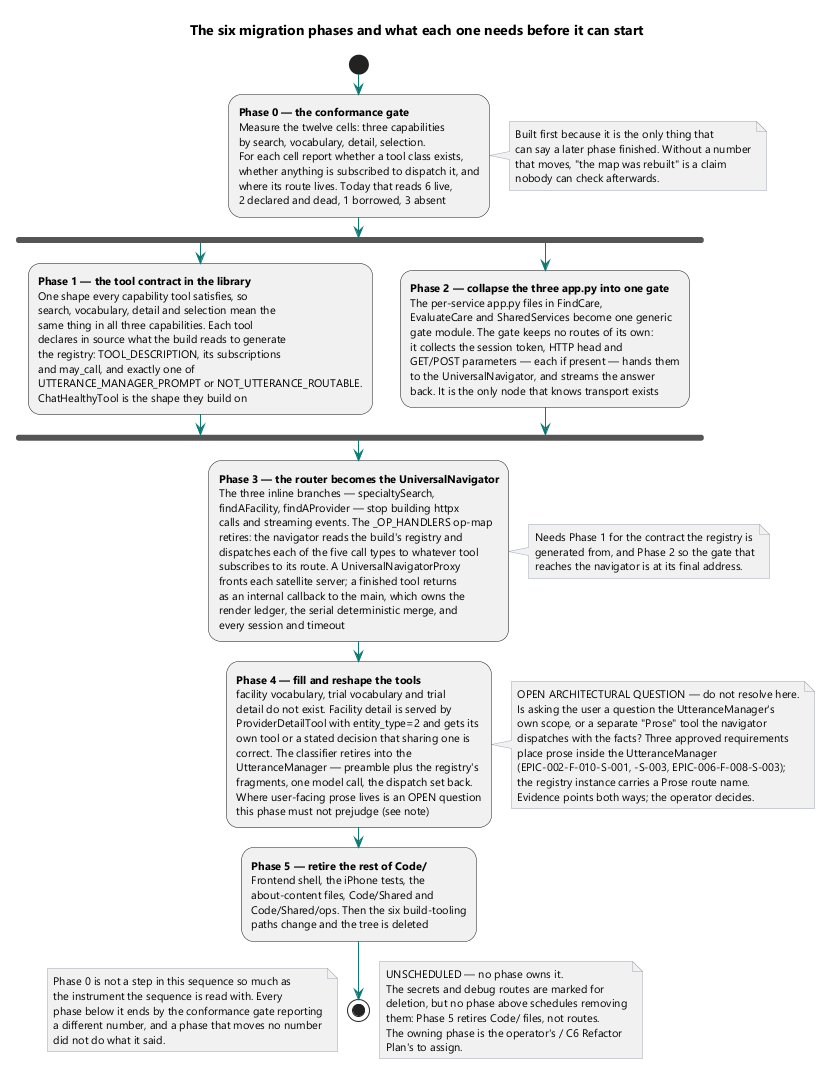
Above: brain/machine_artifacts/diagramsAndImages/rendered/mig_phases.png in SkipSnow/ChatHealthyRepo (PlantUML), before the change.
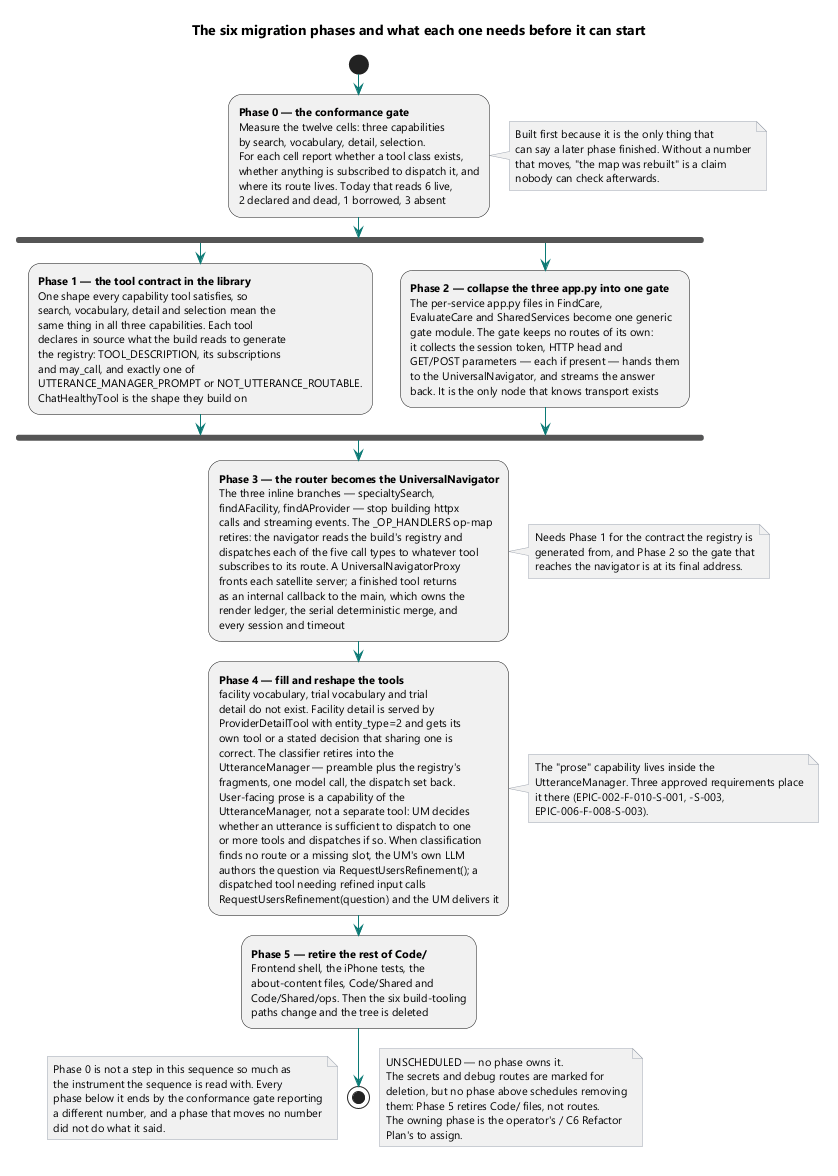
Later version of the same file.

The edit, as a diff of the source:
```diff
@@ -72,17 +72,19 @@
 correct. The classifier retires into the
 UtteranceManager — preamble plus the registry's
 fragments, one model call, the dispatch set back.
-Where user-facing prose lives is an OPEN question
-this phase must not prejudge (see note);
+User-facing prose is a capability of the
+UtteranceManager, not a separate tool: UM decides
+whether an utterance is sufficient to dispatch to one
+or more tools and dispatches if so. When classification
+finds no route or a missing slot, the UM's own LLM
+authors the question via RequestUsersRefinement(); a
+dispatched tool needing refined input calls
+RequestUsersRefinement(question) and the UM delivers it;
 note right
-  OPEN ARCHITECTURAL QUESTION — do not resolve here.
-  Is asking the user a question the UtteranceManager's
-  own scope, or a separate "Prose" tool the navigator
-  dispatches with the facts? Three approved requirements
-  place prose inside the UtteranceManager
-  (EPIC-002-F-010-S-001, -S-003, EPIC-006-F-008-S-003);
-  the registry instance carries a Prose route name.
-  Evidence points both ways; the operator decides.
+  The "prose" capability lives inside the
+  UtteranceManager. Three approved requirements place
+  it there (EPIC-002-F-010-S-001, -S-003,
+  EPIC-006-F-008-S-003).
 end note
 
 :**Phase 5 — retire the rest of Code/**
```
